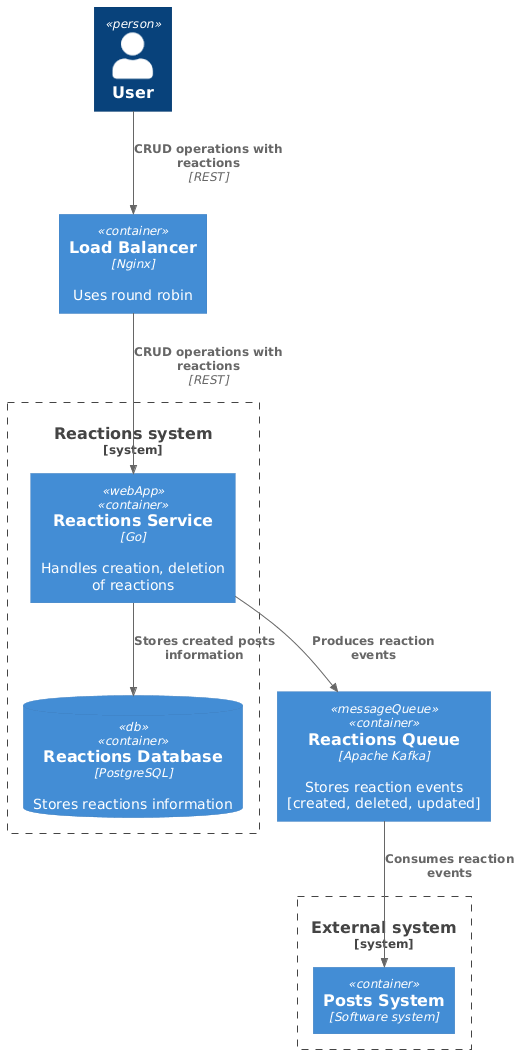
This is images/diagrams/containers/reactions_system.png from mkorobovv/social_network_system_design, a PlantUML export, as it was before one commit. Source of this version:
```plantuml
@startuml
!include https://raw.githubusercontent.com/plantuml-stdlib/C4-PlantUML/master/C4_Container.puml

Person(user, "User")
Container(loadBalancer, "Load Balancer", "Nginx", "Uses round robin")
Container(reactionsQueue, "Reactions Queue", "Apache Kafka", "Stores reaction events [created, deleted, updated]", $tags="messageQueue")

System_Boundary(reactionsSystem, "Reactions system") {
    Container(reactionsService, "Reactions Service", "Go", "Handles creation, deletion of reactions", $tags="webApp")
    ContainerDb(reactionsDatabase, "Reactions Database", "PostgreSQL", "Stores reactions information",  $tags="db")
}

System_Boundary(externalSystem, "External system") {
    Container(postsSystem, "Posts System", "Software system")
}

Rel(user, loadBalancer, "CRUD operations with reactions", "REST")
Rel(loadBalancer, reactionsService, "CRUD operations with reactions", "REST")
Rel(reactionsQueue, postsSystem, "Consumes reaction events")
Rel(reactionsService, reactionsQueue, "Produces reaction events")
Rel(reactionsService, reactionsDatabase, "Stores created posts information")
@enduml
```
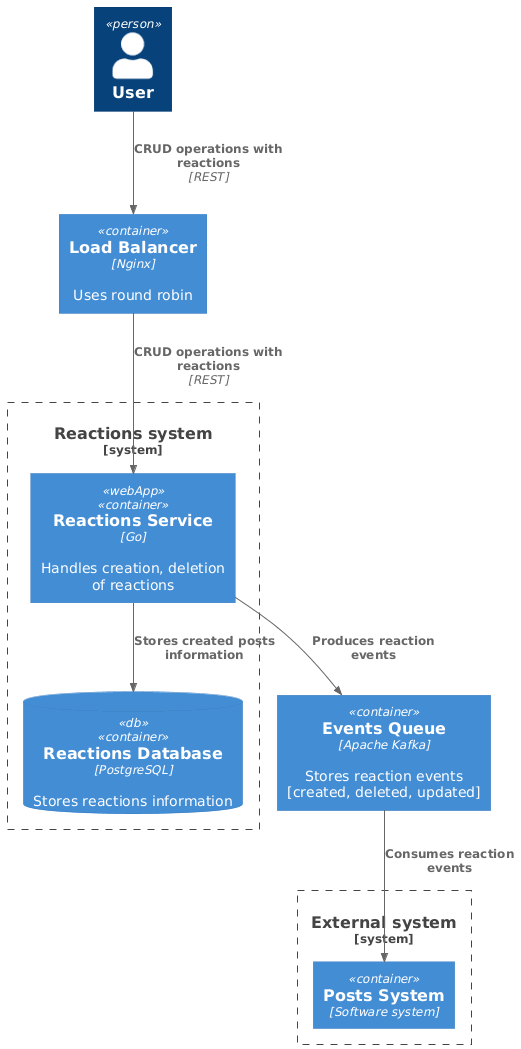
After the commit.

What changed in the source:
```diff
@@ -3,7 +3,7 @@
 
 Person(user, "User")
 Container(loadBalancer, "Load Balancer", "Nginx", "Uses round robin")
-Container(reactionsQueue, "Reactions Queue", "Apache Kafka", "Stores reaction events [created, deleted, updated]", $tags="messageQueue")
+Container(eventsQueue, "Events Queue", "Apache Kafka", "Stores reaction events [created, deleted, updated]")
 
 System_Boundary(reactionsSystem, "Reactions system") {
     Container(reactionsService, "Reactions Service", "Go", "Handles creation, deletion of reactions", $tags="webApp")
@@ -16,7 +16,7 @@
 
 Rel(user, loadBalancer, "CRUD operations with reactions", "REST")
 Rel(loadBalancer, reactionsService, "CRUD operations with reactions", "REST")
-Rel(reactionsQueue, postsSystem, "Consumes reaction events")
-Rel(reactionsService, reactionsQueue, "Produces reaction events")
+Rel(eventsQueue, postsSystem, "Consumes reaction events")
+Rel(reactionsService, eventsQueue, "Produces reaction events")
 Rel(reactionsService, reactionsDatabase, "Stores created posts information")
 @enduml
```
